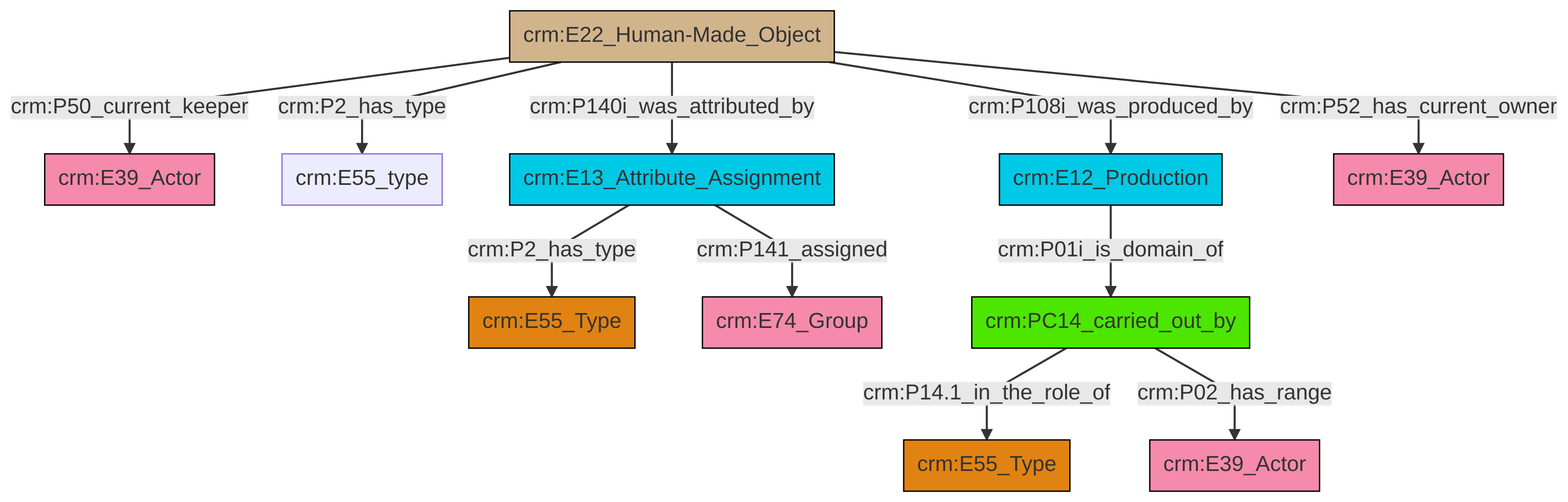
Above: et/artworkCSV/ttl/mmd/png/Artwork_Actor_Relations.png in swiss-art-research-net/reference-data-models (Mermaid), before the change. Its source is kept beside it as et/artworkCSV/ttl/mmd/Artwork_Actor_Relations.ttl.mmd.
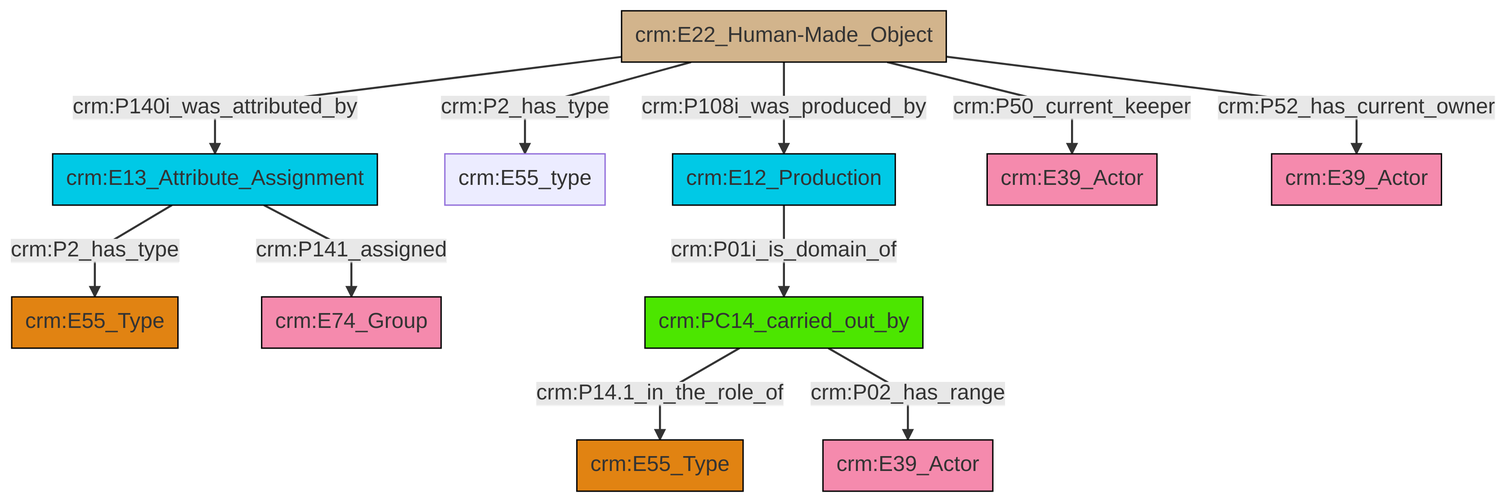
After the commit.

Change to the diagram source:
```diff
@@ -13,13 +13,13 @@
 classDef PC_Classes fill:#4ce600, stroke:#000000;
 classDef Multi fill:#cccccc,stroke:#000000;
 
-2["crm:E22_Human-Made_Object"]:::Physical_Thing -->|crm:P50_current_keeper| 3["crm:E39_Actor"]:::Actor
-2["crm:E22_Human-Made_Object"]:::Physical_Thing -->|crm:P2_has_type| 0["crm:E55_type"]:::Default
-2["crm:E22_Human-Made_Object"]:::Physical_Thing -->|crm:P140i_was_attributed_by| 6["crm:E13_Attribute_Assignment"]:::Temporal_Entity
-7["crm:PC14_carried_out_by"]:::PC_Classes -->|crm:P14.1_in_the_role_of| 8["crm:E55_Type"]:::Type
-9["crm:E12_Production"]:::Temporal_Entity -->|crm:P01i_is_domain_of| 7["crm:PC14_carried_out_by"]:::PC_Classes
-2["crm:E22_Human-Made_Object"]:::Physical_Thing -->|crm:P108i_was_produced_by| 9["crm:E12_Production"]:::Temporal_Entity
-2["crm:E22_Human-Made_Object"]:::Physical_Thing -->|crm:P52_has_current_owner| 11["crm:E39_Actor"]:::Actor
-6["crm:E13_Attribute_Assignment"]:::Temporal_Entity -->|crm:P2_has_type| 4["crm:E55_Type"]:::Type
-6["crm:E13_Attribute_Assignment"]:::Temporal_Entity -->|crm:P141_assigned| 19["crm:E74_Group"]:::Actor
-7["crm:PC14_carried_out_by"]:::PC_Classes -->|crm:P02_has_range| 14["crm:E39_Actor"]:::Actor
+7["crm:E22_Human-Made_Object"]:::Physical_Thing -->|crm:P2_has_type| 8["crm:E55_type"]:::Default
+7["crm:E22_Human-Made_Object"]:::Physical_Thing -->|crm:P140i_was_attributed_by| 4["crm:E13_Attribute_Assignment"]:::Temporal_Entity
+4["crm:E13_Attribute_Assignment"]:::Temporal_Entity -->|crm:P2_has_type| 0["crm:E55_Type"]:::Type
+12["crm:PC14_carried_out_by"]:::PC_Classes -->|crm:P14.1_in_the_role_of| 13["crm:E55_Type"]:::Type
+7["crm:E22_Human-Made_Object"]:::Physical_Thing -->|crm:P52_has_current_owner| 19["crm:E39_Actor"]:::Actor
+4["crm:E13_Attribute_Assignment"]:::Temporal_Entity -->|crm:P141_assigned| 2["crm:E74_Group"]:::Actor
+12["crm:PC14_carried_out_by"]:::PC_Classes -->|crm:P02_has_range| 15["crm:E39_Actor"]:::Actor
+7["crm:E22_Human-Made_Object"]:::Physical_Thing -->|crm:P50_current_keeper| 17["crm:E39_Actor"]:::Actor
+7["crm:E22_Human-Made_Object"]:::Physical_Thing -->|crm:P108i_was_produced_by| 9["crm:E12_Production"]:::Temporal_Entity
+9["crm:E12_Production"]:::Temporal_Entity -->|crm:P01i_is_domain_of| 12["crm:PC14_carried_out_by"]:::PC_Classes
```
